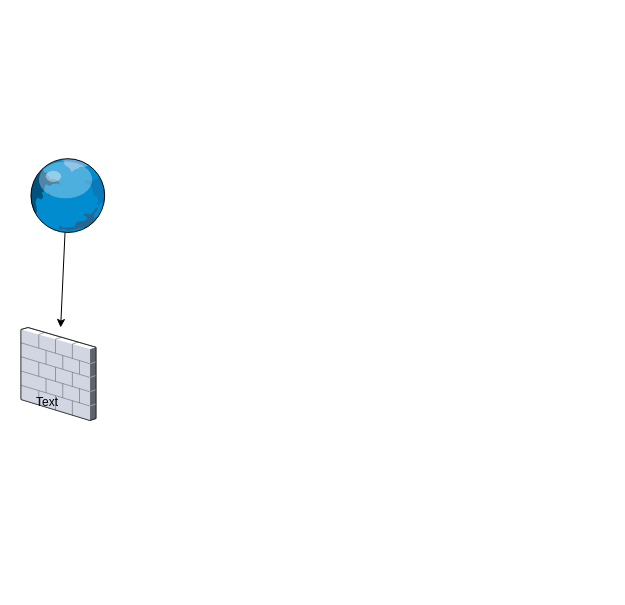
aggujhh/my_draws keeps this draw.io diagram as 未命名绘图.drawio. Above is the earlier version. Source tidied: cells renumbered, new cells numbered last; positions are measured from the earlier drawing's top-left corner, leaving out a move shared by most shapes. Both pictures are drawn from the tidied source at 100%, with x=0, y=0 at pixel (17, 157).
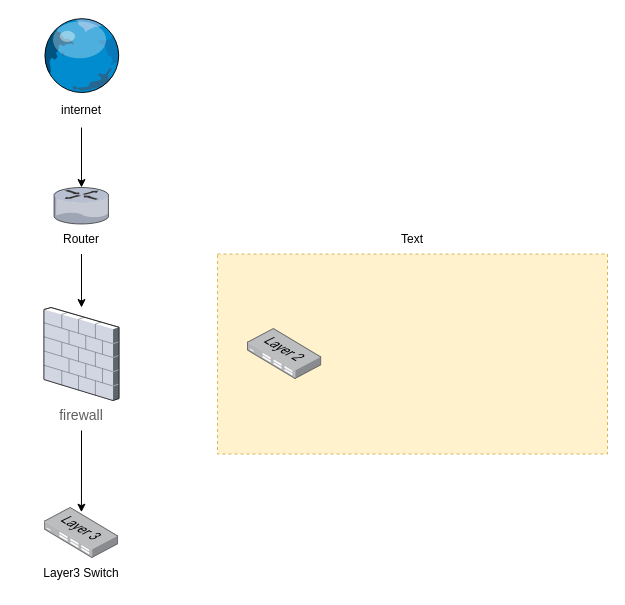
The same diagram, later.

Commit message (it also covers changes not shown here):
更新未命名绘图.drawio

Change to the diagram source:
```diff
@@
 <mxGraphModel>
   <root>
     <mxCell id="0" />
     <mxCell id="1" parent="0" />
+    <mxCell id="6" style="group;" parent="1" vertex="1">
+      <mxGeometry x="26.5" y="150" width="75" height="123" as="geometry" />
+    </mxCell>
+    <mxCell id="3" style="verticalLabelPosition=bottom;sketch=0;html=1;verticalAlign=top;strokeColor=none;align=center;outlineConnect=0;shape=mxgraph.citrix.firewall;" parent="6" vertex="1">
+      <mxGeometry width="75" height="93" as="geometry" />
+    </mxCell>
+    <mxCell id="7" value="&lt;span style=&quot;color: rgb(94, 94, 94); font-family: Arial, sans-serif; font-size: 14px; text-align: start; background-color: rgb(255, 255, 255);&quot;&gt;firewall&lt;/span&gt;" style="text;strokeColor=none;align=center;fillColor=none;html=1;verticalAlign=middle;whiteSpace=wrap;rounded=0;" parent="6" vertex="1">
+      <mxGeometry x="7.5" y="93" width="60" height="30" as="geometry" />
+    </mxCell>
+    <mxCell id="8" style="group;" parent="1" vertex="1">
+      <mxGeometry x="24" y="-140" width="78.5" height="110" as="geometry" />
+    </mxCell>
-    <mxCell id="2" style="verticalLabelPosition=bottom;sketch=0;html=1;verticalAlign=top;strokeColor=none;align=center;outlineConnect=0;shape=mxgraph.citrix.globe;" parent="1" vertex="1">
-      <mxGeometry x="10" width="78.5" height="75" as="geometry" />
+    <mxCell id="2" style="verticalLabelPosition=bottom;sketch=0;html=1;verticalAlign=top;strokeColor=none;align=center;outlineConnect=0;shape=mxgraph.citrix.globe;" parent="8" vertex="1">
+      <mxGeometry width="78.5" height="75" as="geometry" />
     </mxCell>
-    <mxCell id="3" style="verticalLabelPosition=bottom;sketch=0;html=1;verticalAlign=top;strokeColor=none;align=center;outlineConnect=0;shape=mxgraph.citrix.firewall;" parent="1" vertex="1">
-      <mxGeometry x="3.5" y="170" width="75" height="93" as="geometry" />
-    </mxCell>
-    <mxCell id="4" style="endArrow=classic;html=1;rounded=0;" parent="1" edge="1" source="2" target="3">
-      <mxGeometry relative="1" as="geometry" />
-    </mxCell>
-    <mxCell id="5" value="Text" style="text;strokeColor=none;align=center;fillColor=none;html=1;verticalAlign=middle;whiteSpace=wrap;rounded=0;" parent="1" vertex="1">
-      <mxGeometry y="230" width="60" height="30" as="geometry" />
+    <mxCell id="5" value="internet" style="text;strokeColor=none;align=center;fillColor=none;html=1;verticalAlign=middle;whiteSpace=wrap;rounded=0;" parent="8" vertex="1">
+      <mxGeometry x="10" y="75" width="60" height="35" as="geometry" />
     </mxCell>
+    <mxCell id="9" style="group;" parent="1" vertex="1">
+      <mxGeometry x="34" y="30" width="60" height="66.5" as="geometry" />
+    </mxCell>
+    <mxCell id="10" style="verticalLabelPosition=bottom;sketch=0;html=1;verticalAlign=top;strokeColor=none;align=center;outlineConnect=0;shape=mxgraph.citrix.router;" parent="9" vertex="1">
+      <mxGeometry x="2.5" width="55" height="36.5" as="geometry" />
+    </mxCell>
+    <mxCell id="11" value="Router" style="text;strokeColor=none;align=center;fillColor=none;html=1;verticalAlign=middle;whiteSpace=wrap;rounded=0;" parent="9" vertex="1">
+      <mxGeometry y="36.5" width="60" height="30" as="geometry" />
+    </mxCell>
+    <mxCell id="12" style="edgeStyle=orthogonalEdgeStyle;rounded=0;jettySize=auto;html=1;exitX=0.5;exitY=1;exitDx=0;exitDy=0;" parent="1" edge="1" source="5" target="10">
+      <mxGeometry relative="1" as="geometry" />
+    </mxCell>
+    <mxCell id="13" style="edgeStyle=orthogonalEdgeStyle;rounded=0;jettySize=auto;html=1;" parent="1" edge="1" source="11" target="3">
+      <mxGeometry relative="1" as="geometry" />
+    </mxCell>
+    <mxCell id="14" style="group;" parent="1" vertex="1">
+      <mxGeometry x="24" y="350" width="80" height="81" as="geometry" />
+    </mxCell>
+    <mxCell id="15" style="image;points=[];html=1;align=center;shadow=0;dashed=0;image=img/lib/allied_telesis/switch/Switch_24_port_L3.svg;" parent="14" vertex="1">
+      <mxGeometry x="2.8" width="74.4" height="51" as="geometry" />
+    </mxCell>
+    <mxCell id="16" value="Layer3 Switch" style="text;strokeColor=none;align=center;fillColor=none;html=1;verticalAlign=middle;whiteSpace=wrap;rounded=0;" parent="14" vertex="1">
+      <mxGeometry y="51" width="80" height="30" as="geometry" />
+    </mxCell>
+    <mxCell id="17" style="edgeStyle=orthogonalEdgeStyle;rounded=0;jettySize=auto;html=1;entryX=0.499;entryY=0.092;entryDx=0;entryDy=0;entryPerimeter=0;" parent="1" edge="1" source="7" target="15">
+      <mxGeometry relative="1" as="geometry" />
+    </mxCell>
+    <mxCell id="18" style="rounded=0;whiteSpace=wrap;html=1;dashed=1;fillColor=#fff2cc;strokeColor=#d6b656;" parent="1" vertex="1">
+      <mxGeometry x="200" y="96.5" width="390" height="200" as="geometry" />
+    </mxCell>
+    <mxCell id="19" style="image;html=1;align=center;shadow=0;dashed=0;image=img/lib/allied_telesis/switch/Switch_24_port_L2.svg;" parent="1" vertex="1">
+      <mxGeometry x="230" y="171" width="74.4" height="51" as="geometry" />
+    </mxCell>
+    <mxCell id="20" value="Text" style="text;strokeColor=none;align=center;fillColor=none;html=1;verticalAlign=middle;whiteSpace=wrap;rounded=0;" parent="1" vertex="1">
+      <mxGeometry x="365" y="66.5" width="60" height="30" as="geometry" />
+    </mxCell>
   </root>
 </mxGraphModel>
```
